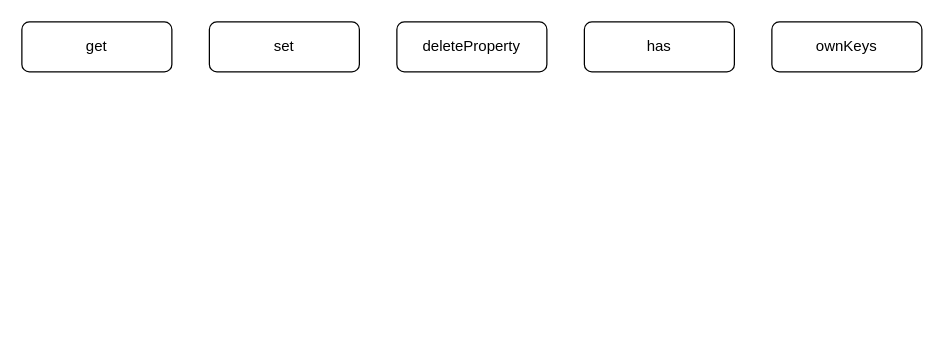
Earlier version of the draw.io diagram public/baseHandlers.drawio (cheekahao/note). Source tidied: cells renumbered, new cells numbered last; positions are measured from the earlier drawing's top-left corner, leaving out a move shared by most shapes. Both pictures are drawn from the tidied source at 125%, with x=0, y=0 at pixel (21, 21).
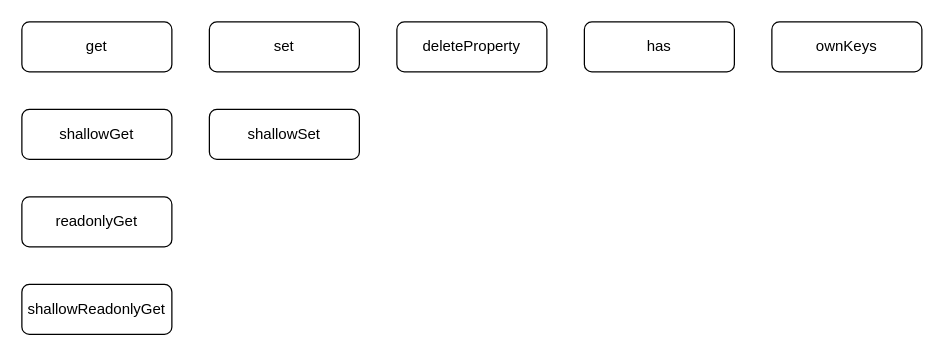
Above is the later version.

Diff of the diagram source:
```diff
@@
 <mxGraphModel>
   <root>
     <mxCell id="0" />
     <mxCell id="1" parent="0" />
     <mxCell id="2" value="get" style="rounded=1;whiteSpace=wrap;fontSize=12;glass=0;strokeWidth=1;shadow=0;" parent="1" vertex="1">
       <mxGeometry width="120" height="40" as="geometry" />
     </mxCell>
     <mxCell id="3" value="set" style="rounded=1;whiteSpace=wrap;fontSize=12;glass=0;strokeWidth=1;shadow=0;" parent="1" vertex="1">
       <mxGeometry x="150" width="120" height="40" as="geometry" />
     </mxCell>
     <mxCell id="4" value="deleteProperty" style="rounded=1;whiteSpace=wrap;fontSize=12;glass=0;strokeWidth=1;shadow=0;" parent="1" vertex="1">
       <mxGeometry x="300" width="120" height="40" as="geometry" />
     </mxCell>
     <mxCell id="5" value="has" style="rounded=1;whiteSpace=wrap;fontSize=12;glass=0;strokeWidth=1;shadow=0;" parent="1" vertex="1">
       <mxGeometry x="450" width="120" height="40" as="geometry" />
     </mxCell>
     <mxCell id="6" value="ownKeys" style="rounded=1;whiteSpace=wrap;fontSize=12;glass=0;strokeWidth=1;shadow=0;" parent="1" vertex="1">
       <mxGeometry x="600" width="120" height="40" as="geometry" />
     </mxCell>
+    <mxCell id="7" value="shallowSet" style="rounded=1;whiteSpace=wrap;fontSize=12;glass=0;strokeWidth=1;shadow=0;" parent="1" vertex="1">
+      <mxGeometry x="150" y="70" width="120" height="40" as="geometry" />
+    </mxCell>
+    <mxCell id="8" value="shallowGet" style="rounded=1;whiteSpace=wrap;fontSize=12;glass=0;strokeWidth=1;shadow=0;" parent="1" vertex="1">
+      <mxGeometry y="70" width="120" height="40" as="geometry" />
+    </mxCell>
+    <mxCell id="9" value="readonlyGet" style="rounded=1;whiteSpace=wrap;fontSize=12;glass=0;strokeWidth=1;shadow=0;" parent="1" vertex="1">
+      <mxGeometry y="140" width="120" height="40" as="geometry" />
+    </mxCell>
+    <mxCell id="10" value="shallowReadonlyGet" style="rounded=1;whiteSpace=wrap;fontSize=12;glass=0;strokeWidth=1;shadow=0;" parent="1" vertex="1">
+      <mxGeometry y="210" width="120" height="40" as="geometry" />
+    </mxCell>
   </root>
 </mxGraphModel>
```
